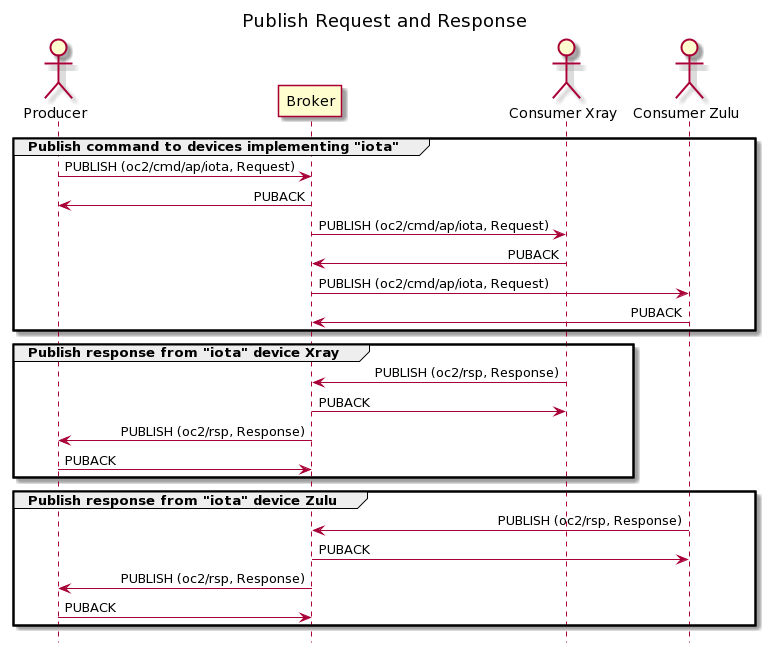
The PlantUML diagram images/a2-req_rsp.png in oasis-tcs/openc2-transf-mqtt, before a commit.
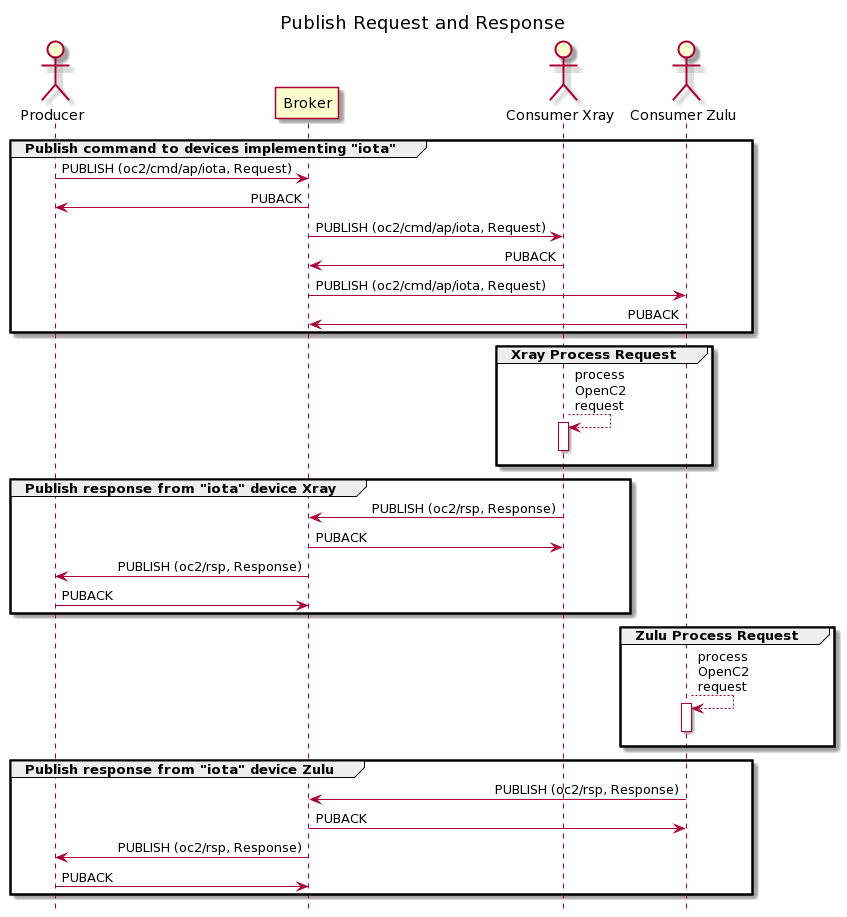
The same file after the commit.

Commit message:
Update example 2 sequence image

What changed in the source:
```diff
@@ -18,12 +18,28 @@
 B -> Z : PUBLISH (oc2/cmd/ap/iota, Request)
 Z -> B: PUBACK
 end
+
+group Xray Process Request
+X --> X : process\nOpenC2\nrequest
+Activate X
+Deactivate X
+end
+
 group Publish response from "iota" device Xray
 X -> B : PUBLISH (oc2/rsp, Response)
 B -> X : PUBACK
 B -> P : PUBLISH (oc2/rsp, Response)
 P -> B : PUBACK
 end
+
+group Zulu Process Request
+Z --> Z : process\nOpenC2\nrequest
+Activate Z
+Deactivate Z
+end
+
+
+
 group Publish response from "iota" device Zulu
 Z -> B : PUBLISH (oc2/rsp, Response)
 B -> Z : PUBACK
```
